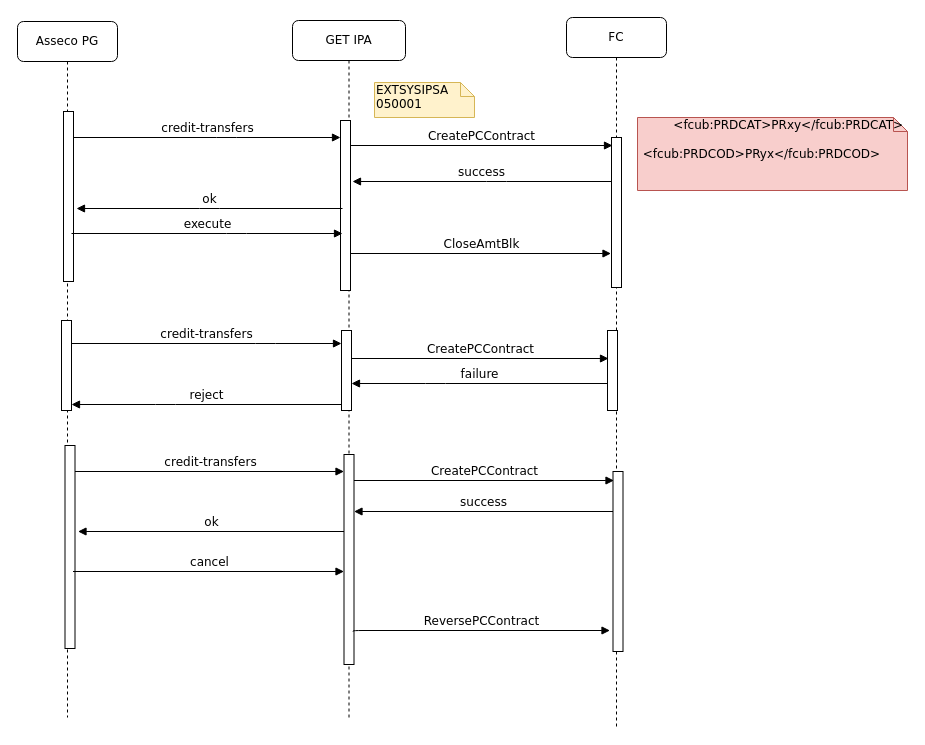
Above: page "Page-2" (2 of 3) of Untitled Diagram.drawio in gjovan/draw (draw.io), before the change. Source tidied: cells renumbered, new cells numbered last; positions are measured from the earlier drawing's top-left corner, leaving out a move shared by most shapes. Both pictures are drawn from the tidied source at 100%, with x=0, y=0 at pixel (17, 17).
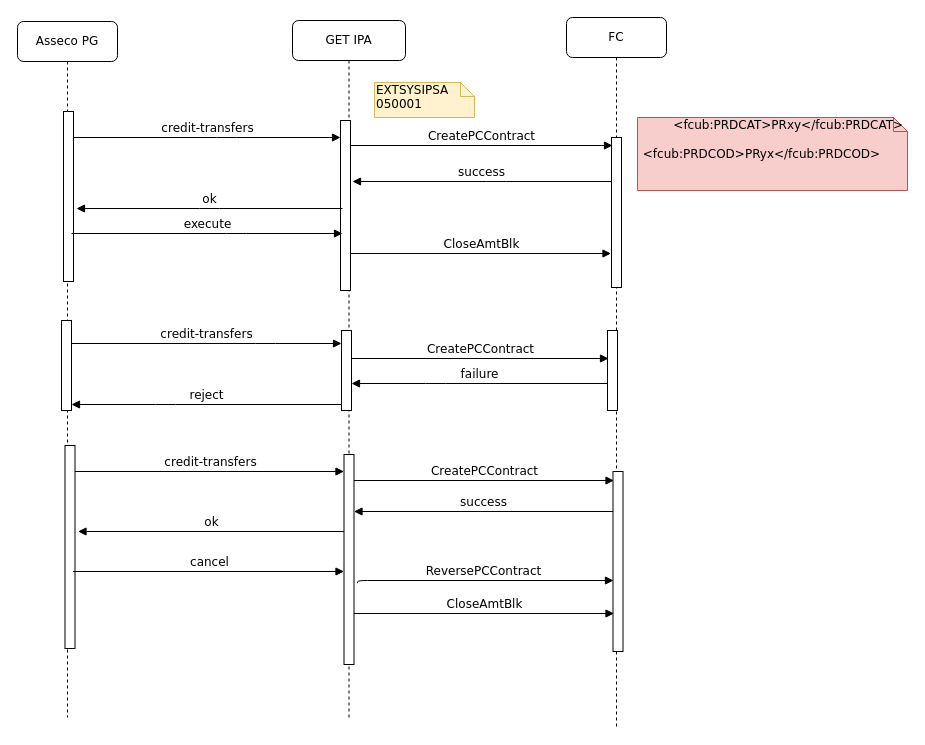
Above is the later version.

The change refers to these unchanged cells:
```xml
<mxCell id="6" value="GET IPA" style="shape=umlLifeline;perimeter=lifelinePerimeter;whiteSpace=wrap;html=1;rounded=1;shadow=0;comic=0;labelBackgroundColor=none;strokeColor=#000000;strokeWidth=1;fillColor=#FFFFFF;fontFamily=Verdana;fontSize=12;fontColor=#000000;align=center;" parent="1" vertex="1">
  <mxGeometry x="275" y="3" width="113" height="697" as="geometry" />
</mxCell>
<mxCell id="16" style="html=1;points=[];perimeter=orthogonalPerimeter;rounded=0;shadow=0;comic=0;labelBackgroundColor=none;strokeColor=#000000;strokeWidth=1;fillColor=#FFFFFF;fontFamily=Verdana;fontSize=12;fontColor=#000000;align=center;" parent="6" vertex="1">
  <mxGeometry x="320.5" y="451" width="10" height="180" as="geometry" />
</mxCell>
<mxCell id="17" style="html=1;points=[];perimeter=orthogonalPerimeter;rounded=0;shadow=0;comic=0;labelBackgroundColor=none;strokeColor=#000000;strokeWidth=1;fillColor=#FFFFFF;fontFamily=Verdana;fontSize=12;fontColor=#000000;align=center;" parent="6" vertex="1">
  <mxGeometry x="51.5" y="434" width="10" height="210" as="geometry" />
</mxCell>
```

Diff of the diagram source:
```diff
@@
-    <mxCell id="23" value="ReversePCContract" style="html=1;verticalAlign=bottom;endArrow=block;entryX=-0.3;entryY=0.883;labelBackgroundColor=none;fontFamily=Verdana;fontSize=12;edgeStyle=elbowEdgeStyle;elbow=vertical;entryDx=0;entryDy=0;entryPerimeter=0;" parent="6" edge="1" target="16">
+    <mxCell id="23" value="ReversePCContract" style="html=1;verticalAlign=bottom;endArrow=block;labelBackgroundColor=none;fontFamily=Verdana;fontSize=12;edgeStyle=elbowEdgeStyle;elbow=vertical;exitX=1.35;exitY=0.613;exitDx=0;exitDy=0;exitPerimeter=0;" parent="6" edge="1" source="17">
       <mxGeometry relative="1" as="geometry">
-        <mxPoint x="60.5" y="611" as="sourcePoint" />
+        <mxPoint x="321" y="560" as="targetPoint" />
         <Array as="points">
-          <mxPoint x="325.5" y="610" />
+          <mxPoint x="215" y="560" />
+          <mxPoint x="195" y="563" />
         </Array>
       </mxGeometry>
     </mxCell>
@@
+    <mxCell id="32" value="CloseAmtBlk" style="html=1;verticalAlign=bottom;endArrow=block;labelBackgroundColor=none;fontFamily=Verdana;fontSize=12;edgeStyle=elbowEdgeStyle;elbow=vertical;entryX=0.1;entryY=0.05;entryDx=0;entryDy=0;entryPerimeter=0;" parent="1" edge="1">
+      <mxGeometry relative="1" as="geometry">
+        <mxPoint x="336.5" y="596" as="sourcePoint" />
+        <mxPoint x="596.5" y="596" as="targetPoint" />
+      </mxGeometry>
+    </mxCell>
```
